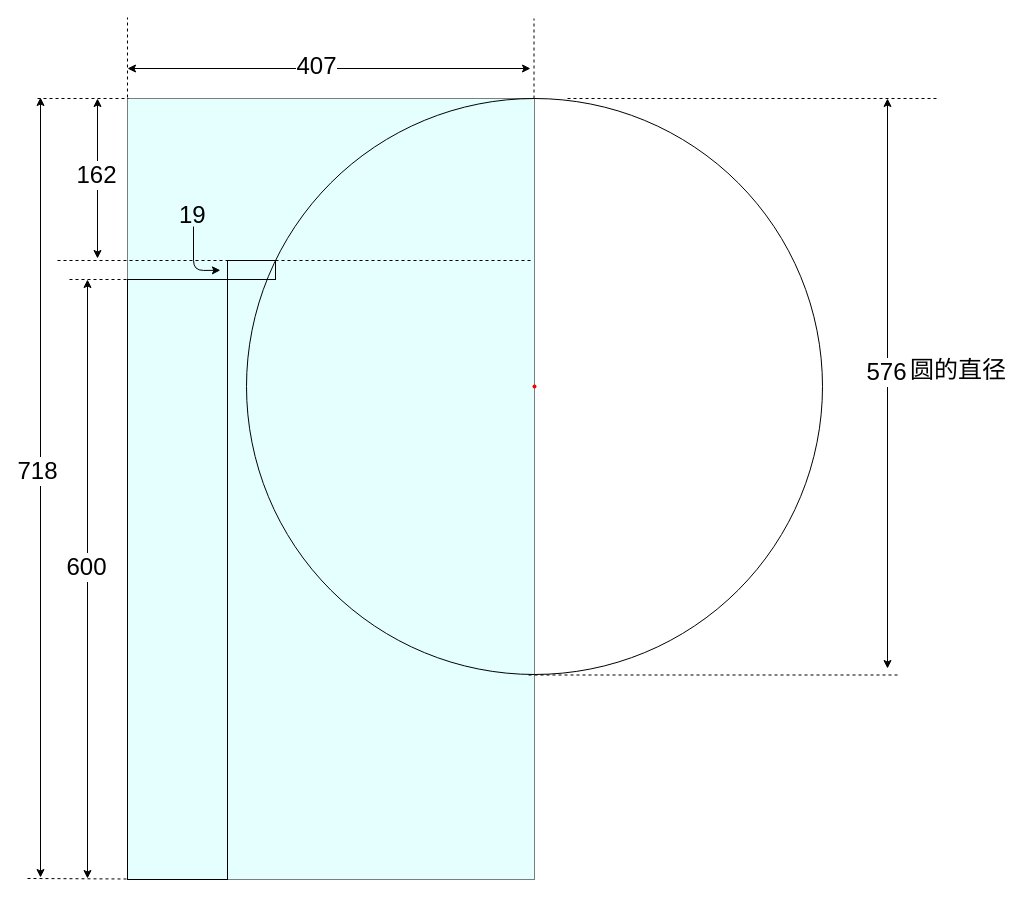
Earlier version of the draw.io diagram result/Untitled Diagram.drawio (Soffiaa/getTitles). Source tidied: cells renumbered, new cells numbered last; positions are measured from the earlier drawing's top-left corner, leaving out a move shared by most shapes. Both pictures are drawn from the tidied source at 100%, with x=0, y=0 at pixel (27, 17).
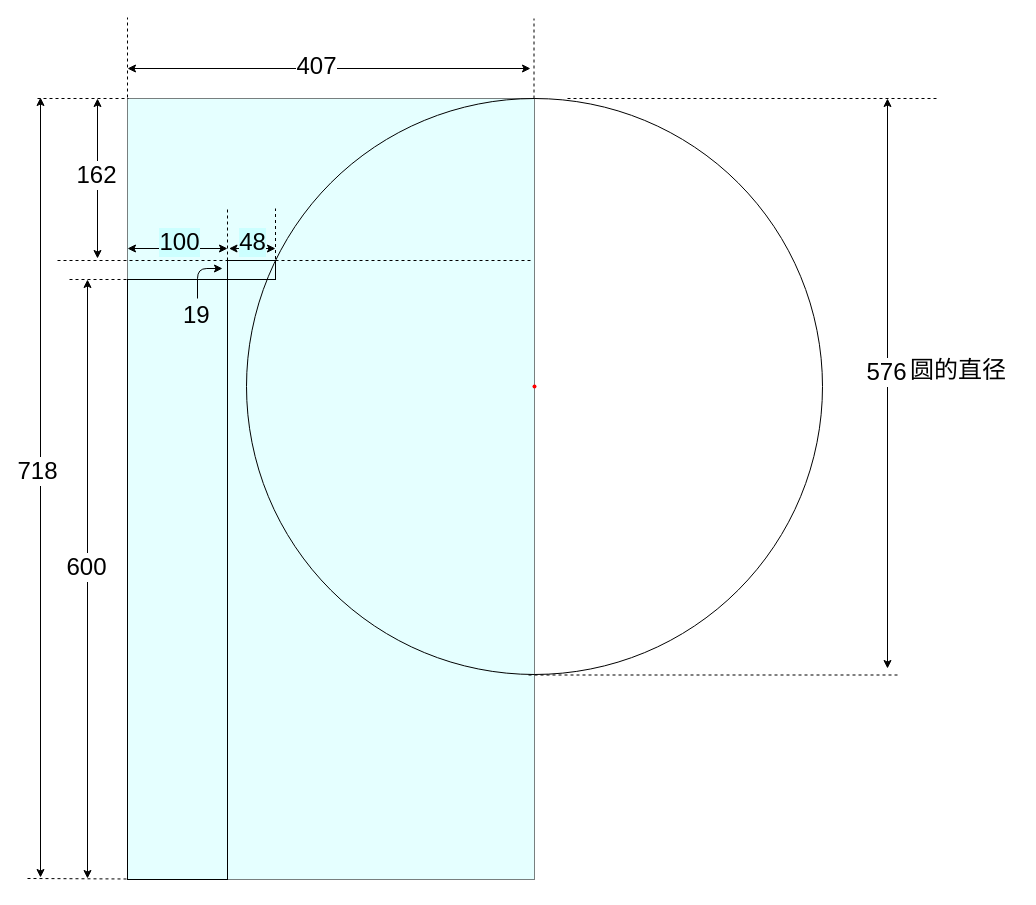
Above is the later version.

The change refers to these unchanged cells:
```xml
<mxCell id="4" style="group;" parent="1" vertex="1">
  <mxGeometry x="100" y="243" width="148" height="619" as="geometry" />
</mxCell>
```

The edit, as a diff of the source:
```diff
@@
+    <mxCell id="30" style="endArrow=classic;html=1;fontSize=24;" parent="4" edge="1">
+      <mxGeometry relative="1" as="geometry">
+        <mxPoint x="70" y="38" as="sourcePoint" />
+        <mxPoint x="95" y="8" as="targetPoint" />
+        <Array as="points">
+          <mxPoint x="70" y="8" />
+        </Array>
+      </mxGeometry>
+    </mxCell>
+    <mxCell id="20" value="19" style="text;html=1;align=left;verticalAlign=top;spacingTop=-4;fontSize=24;" parent="4" vertex="1">
+      <mxGeometry x="54" y="38" width="40" height="30" as="geometry" />
+    </mxCell>
@@
-    <mxCell id="19" style="endArrow=classic;html=1;fontSize=24;entryX=0.869;entryY=-0.012;entryDx=0;entryDy=0;entryPerimeter=0;" parent="1" edge="1">
-      <mxGeometry relative="1" as="geometry">
-        <mxPoint x="166" y="209" as="sourcePoint" />
-        <mxPoint x="192.9" y="252.8" as="targetPoint" />
-        <Array as="points">
-          <mxPoint x="166" y="253" />
-        </Array>
-      </mxGeometry>
-    </mxCell>
-    <mxCell id="20" value="19" style="text;html=1;align=left;verticalAlign=top;spacingTop=-4;fontSize=24;" parent="1" vertex="1">
-      <mxGeometry x="150" y="181" width="40" height="30" as="geometry" />
-    </mxCell>
@@
+    <mxCell id="31" style="endArrow=none;dashed=1;html=1;fontSize=24;" parent="1" edge="1">
+      <mxGeometry relative="1" as="geometry">
+        <mxPoint x="200" y="243" as="sourcePoint" />
+        <mxPoint x="200" y="191" as="targetPoint" />
+      </mxGeometry>
+    </mxCell>
+    <mxCell id="32" style="endArrow=none;dashed=1;html=1;fontSize=24;" parent="1" edge="1">
+      <mxGeometry relative="1" as="geometry">
+        <mxPoint x="248" y="247.5" as="sourcePoint" />
+        <mxPoint x="248" y="191" as="targetPoint" />
+      </mxGeometry>
+    </mxCell>
+    <mxCell id="33" style="endArrow=classic;startArrow=classic;html=1;fontSize=24;" parent="1" edge="1">
+      <mxGeometry relative="1" as="geometry">
+        <mxPoint x="100" y="231" as="sourcePoint" />
+        <mxPoint x="200" y="231" as="targetPoint" />
+      </mxGeometry>
+    </mxCell>
+    <mxCell id="34" value="100" style="text;html=1;align=center;verticalAlign=middle;labelBackgroundColor=#CCFFFF;fontSize=24;" parent="33" vertex="1">
+      <mxGeometry x="0.08" y="-1" relative="1" as="geometry">
+        <mxPoint x="-2.5" y="-8" as="offset" />
+      </mxGeometry>
+    </mxCell>
+    <mxCell id="35" style="endArrow=classic;startArrow=classic;html=1;fontSize=24;" parent="1" edge="1">
+      <mxGeometry relative="1" as="geometry">
+        <mxPoint x="201.5" y="231" as="sourcePoint" />
+        <mxPoint x="248" y="231" as="targetPoint" />
+      </mxGeometry>
+    </mxCell>
+    <mxCell id="36" value="48" style="text;html=1;align=center;verticalAlign=middle;labelBackgroundColor=#CCFFFF;fontSize=24;" parent="35" vertex="1">
+      <mxGeometry x="0.08" y="-1" relative="1" as="geometry">
+        <mxPoint x="-2.5" y="-8" as="offset" />
+      </mxGeometry>
+    </mxCell>
```
